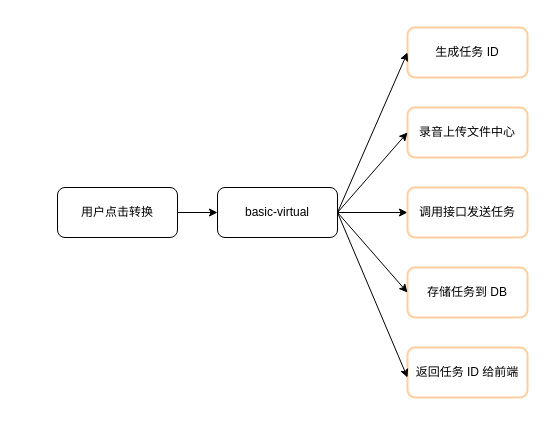
The draw.io diagram 音频转文本实现.drawio in DongRuihua/draw, before the edit. Source tidied: cells renumbered, new cells numbered last; positions are measured from the earlier drawing's top-left corner, leaving out a move shared by most shapes. Both pictures are drawn from the tidied source at 100%, with x=0, y=0 at pixel (57, 27).
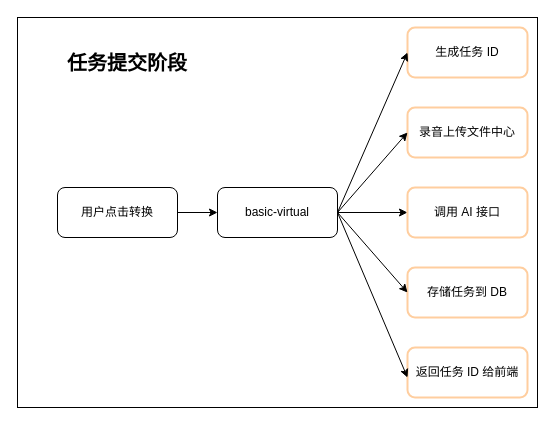
Above is the later version.

Commit message (it also covers changes not shown here):
更新音频转文本实现.drawio

Diff of the diagram source:
```diff
@@
 <mxGraphModel>
   <root>
     <mxCell id="0" />
     <mxCell id="1" parent="0" />
+    <mxCell id="15" style="rounded=0;whiteSpace=wrap;html=1;fillColor=none;" parent="1" vertex="1">
+      <mxGeometry x="-40" y="-10" width="520" height="390" as="geometry" />
+    </mxCell>
     <mxCell id="2" style="edgeStyle=orthogonalEdgeStyle;rounded=0;jettySize=auto;html=1;" parent="1" edge="1" source="3" target="5">
       <mxGeometry relative="1" as="geometry" />
     </mxCell>
     <mxCell id="3" value="用户点击转换" style="rounded=1;whiteSpace=wrap;html=1;" parent="1" vertex="1">
       <mxGeometry y="160" width="120" height="50" as="geometry" />
     </mxCell>
     <mxCell id="4" style="edgeStyle=orthogonalEdgeStyle;rounded=0;jettySize=auto;html=1;" parent="1" edge="1" source="5" target="8">
       <mxGeometry relative="1" as="geometry" />
     </mxCell>
     <mxCell id="5" value="basic-virtual" style="rounded=1;whiteSpace=wrap;html=1;" parent="1" vertex="1">
       <mxGeometry x="160" y="160" width="120" height="50" as="geometry" />
     </mxCell>
     <mxCell id="6" value="生成任务 ID" style="rounded=1;whiteSpace=wrap;html=1;strokeColor=#FFCE9F;strokeWidth=2;" parent="1" vertex="1">
       <mxGeometry x="350" width="120" height="50" as="geometry" />
     </mxCell>
     <mxCell id="7" value="录音上传文件中心" style="rounded=1;whiteSpace=wrap;html=1;strokeColor=#FFCE9F;strokeWidth=2;" parent="1" vertex="1">
       <mxGeometry x="350" y="80" width="120" height="50" as="geometry" />
     </mxCell>
-    <mxCell id="8" value="调用接口发送任务" style="rounded=1;whiteSpace=wrap;html=1;strokeColor=#FFCE9F;strokeWidth=2;" parent="1" vertex="1">
+    <mxCell id="8" value="调用 AI 接口" style="rounded=1;whiteSpace=wrap;html=1;strokeColor=#FFCE9F;strokeWidth=2;" parent="1" vertex="1">
       <mxGeometry x="350" y="160" width="120" height="50" as="geometry" />
     </mxCell>
     <mxCell id="9" value="存储任务到 DB" style="rounded=1;whiteSpace=wrap;html=1;strokeColor=#FFCE9F;strokeWidth=2;" parent="1" vertex="1">
       <mxGeometry x="350" y="240" width="120" height="50" as="geometry" />
     </mxCell>
     <mxCell id="10" value="返回任务 ID 给前端" style="rounded=1;whiteSpace=wrap;html=1;strokeColor=#FFCE9F;strokeWidth=2;" parent="1" vertex="1">
       <mxGeometry x="350" y="320" width="120" height="50" as="geometry" />
     </mxCell>
     <mxCell id="11" style="endArrow=classic;html=1;rounded=0;entryX=0;entryY=0.5;entryDx=0;entryDy=0;exitX=1;exitY=0.5;exitDx=0;exitDy=0;" parent="1" edge="1" source="5" target="6">
       <mxGeometry relative="1" as="geometry" />
     </mxCell>
     <mxCell id="12" style="endArrow=classic;html=1;rounded=0;entryX=0;entryY=0.5;entryDx=0;entryDy=0;" parent="1" edge="1" target="7">
       <mxGeometry relative="1" as="geometry">
         <mxPoint x="280" y="185" as="sourcePoint" />
       </mxGeometry>
     </mxCell>
     <mxCell id="13" style="endArrow=classic;html=1;rounded=0;entryX=0;entryY=0.5;entryDx=0;entryDy=0;exitX=1;exitY=0.5;exitDx=0;exitDy=0;" parent="1" edge="1" source="5">
       <mxGeometry relative="1" as="geometry">
         <mxPoint x="350" y="350" as="targetPoint" />
       </mxGeometry>
     </mxCell>
     <mxCell id="14" style="endArrow=classic;html=1;rounded=0;entryX=0;entryY=0.5;entryDx=0;entryDy=0;exitX=1;exitY=0.5;exitDx=0;exitDy=0;" parent="1" edge="1" source="5" target="9">
       <mxGeometry relative="1" as="geometry" />
     </mxCell>
+    <mxCell id="16" value="&lt;font style=&quot;font-size: 20px;&quot;&gt;&lt;b style=&quot;&quot;&gt;任务提交阶段&lt;/b&gt;&lt;/font&gt;" style="text;html=1;whiteSpace=wrap;strokeColor=none;fillColor=none;align=center;verticalAlign=middle;rounded=0;" parent="1" vertex="1">
+      <mxGeometry width="140" height="70" as="geometry" />
+    </mxCell>
   </root>
 </mxGraphModel>
```
